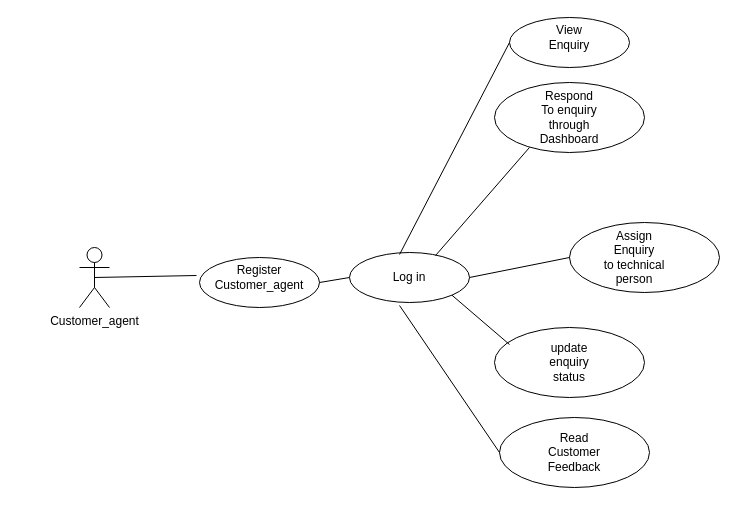
The draw.io diagram customer_agent.drawio in PG-Dac-Project/PG-DAC-Project, before the edit. Source tidied: cells renumbered, new cells numbered last; positions are measured from the earlier drawing's top-left corner, leaving out a move shared by most shapes. Both pictures are drawn from the tidied source at 100%, with x=0, y=0 at pixel (79, 17).
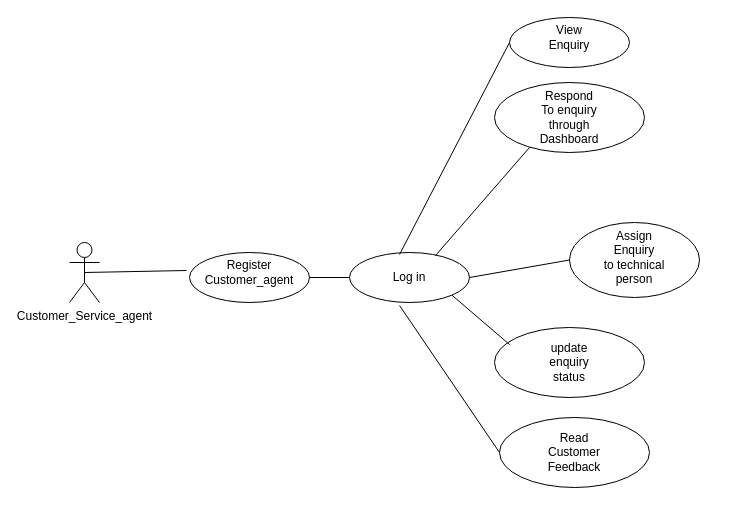
The same page after the edit.

The edit, as a diff of the source:
```diff
@@
-    <mxCell id="2" value="Customer_agent" style="shape=umlActor;verticalLabelPosition=bottom;verticalAlign=top;html=1;outlineConnect=0;" parent="1" vertex="1">
-      <mxGeometry y="230" width="30" height="60" as="geometry" />
+    <mxCell id="2" value="Customer_Service_agent" style="shape=umlActor;verticalLabelPosition=bottom;verticalAlign=top;html=1;outlineConnect=0;" parent="1" vertex="1">
+      <mxGeometry x="-10" y="225" width="30" height="60" as="geometry" />
     </mxCell>
     <mxCell id="3" style="ellipse;whiteSpace=wrap;html=1;" parent="1" vertex="1">
-      <mxGeometry x="120" y="240" width="120" height="50" as="geometry" />
+      <mxGeometry x="110" y="235" width="120" height="50" as="geometry" />
     </mxCell>
     <mxCell id="4" value="Register Customer_agent" style="text;html=1;strokeColor=none;fillColor=none;align=center;verticalAlign=middle;whiteSpace=wrap;rounded=0;" parent="1" vertex="1">
-      <mxGeometry x="150" y="245" width="60" height="30" as="geometry" />
+      <mxGeometry x="140" y="240" width="60" height="30" as="geometry" />
     </mxCell>
@@
     <mxCell id="11" style="ellipse;whiteSpace=wrap;html=1;" parent="1" vertex="1">
-      <mxGeometry x="490" y="205" width="150" height="70" as="geometry" />
+      <mxGeometry x="490" y="205" width="130" height="75" as="geometry" />
     </mxCell>
```
